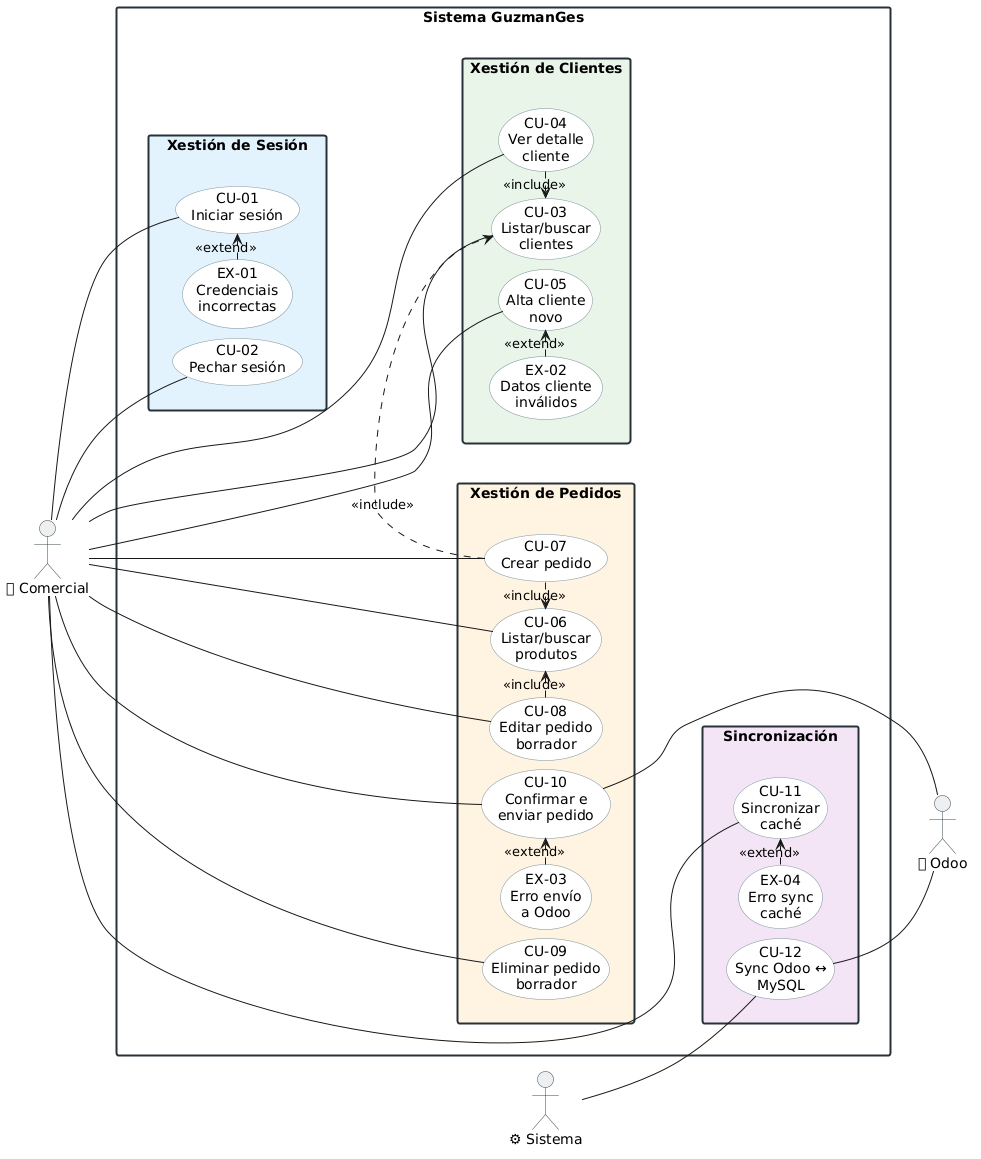
This is doc/Diagrama Casos de Uso.png from Iago-3004/guzmanges-proyecto, a PlantUML export, as it was before one commit. The source it was exported from:
```plantuml
@startuml
left to right direction
skinparam packageStyle rectangle
skinparam nodesep 10
skinparam ranksep 20

skinparam actor {
    BackgroundColor #ECEFF1
    BorderColor #37474F
}
skinparam usecase {
    BackgroundColor #FFFFFF
    BorderColor #78909C
}
skinparam rectangle {
    BorderColor #263238
    BorderThickness 2
}

actor "👤 Comercial" as Comercial
actor "⚙️ Sistema" as Sistema
actor "💼 Odoo" as Odoo

rectangle "Sistema GuzmanGes" {

    package "Xestión de Sesión" as p1 #E3F2FD {
        usecase "CU-01\nIniciar sesión" as CU01
        usecase "CU-02\nPechar sesión" as CU02
        usecase "EX-01\nCredenciais\nincorrectas" as EX01
    }

    package "Xestión de Pedidos" as p3 #FFF3E0 {
        usecase "CU-06\nListar/buscar\nprodutos" as CU06
        usecase "CU-07\nCrear pedido" as CU07
        usecase "CU-08\nEditar pedido\nborrador" as CU08
        usecase "CU-09\nEliminar pedido\nborrador" as CU09
        usecase "CU-10\nConfirmar e\nenviar pedido" as CU10
        usecase "EX-03\nErro envío\na Odoo" as EX03
    }

    package "Xestión de Clientes" as p2 #E8F5E9 {
        usecase "CU-03\nListar/buscar\nclientes" as CU03
        usecase "CU-04\nVer detalle\ncliente" as CU04
        usecase "CU-05\nAlta cliente\nnovo" as CU05
        usecase "EX-02\nDatos cliente\ninválidos" as EX02
    }

    package "Sincronización" as p4 #F3E5F5 {
        usecase "CU-11\nSincronizar\ncaché" as CU11
        usecase "CU-12\nSync Odoo ↔\nMySQL" as CU12
        usecase "EX-04\nErro sync\ncaché" as EX04
    }

    p1 -[hidden]down- p3
    p2 -[hidden]down- p4
    p1 -[hidden]right- p2
}

Comercial -- CU01
Comercial -- CU02
Comercial -- CU03
Comercial -- CU04
Comercial -- CU05
Comercial -- CU06
Comercial -- CU07
Comercial -- CU08
Comercial -- CU09
Comercial -- CU10
Comercial -- CU11

Sistema -- CU12

CU10 -- Odoo
CU12 -- Odoo

CU04 .> CU03 : <<include>>
CU07 .> CU03 : <<include>>
CU07 .> CU06 : <<include>>
CU08 .> CU06 : <<include>>

EX01 .> CU01 : <<extend>>
EX02 .> CU05 : <<extend>>
EX03 .> CU10 : <<extend>>
EX04 .> CU11 : <<extend>>
@enduml
```
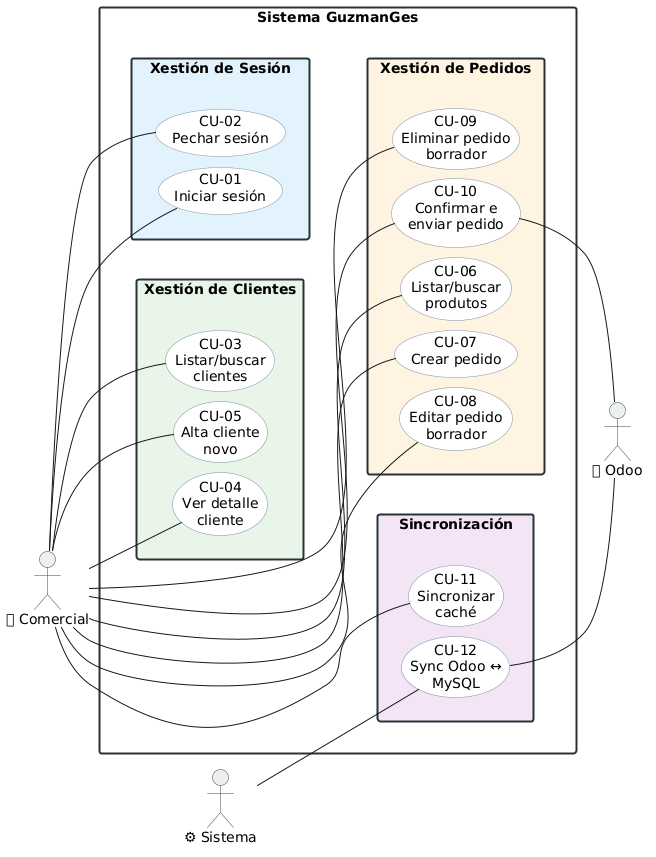
After the commit.

What changed in the source:
```diff
@@ -26,7 +26,6 @@
     package "Xestión de Sesión" as p1 #E3F2FD {
         usecase "CU-01\nIniciar sesión" as CU01
         usecase "CU-02\nPechar sesión" as CU02
-        usecase "EX-01\nCredenciais\nincorrectas" as EX01
     }
 
     package "Xestión de Pedidos" as p3 #FFF3E0 {
@@ -35,20 +34,17 @@
         usecase "CU-08\nEditar pedido\nborrador" as CU08
         usecase "CU-09\nEliminar pedido\nborrador" as CU09
         usecase "CU-10\nConfirmar e\nenviar pedido" as CU10
-        usecase "EX-03\nErro envío\na Odoo" as EX03
     }
 
     package "Xestión de Clientes" as p2 #E8F5E9 {
         usecase "CU-03\nListar/buscar\nclientes" as CU03
         usecase "CU-04\nVer detalle\ncliente" as CU04
         usecase "CU-05\nAlta cliente\nnovo" as CU05
-        usecase "EX-02\nDatos cliente\ninválidos" as EX02
     }
 
     package "Sincronización" as p4 #F3E5F5 {
         usecase "CU-11\nSincronizar\ncaché" as CU11
         usecase "CU-12\nSync Odoo ↔\nMySQL" as CU12
-        usecase "EX-04\nErro sync\ncaché" as EX04
     }
 
     p1 -[hidden]down- p3
@@ -72,14 +68,4 @@
 
 CU10 -- Odoo
 CU12 -- Odoo
-
-CU04 .> CU03 : <<include>>
-CU07 .> CU03 : <<include>>
-CU07 .> CU06 : <<include>>
-CU08 .> CU06 : <<include>>
-
-EX01 .> CU01 : <<extend>>
-EX02 .> CU05 : <<extend>>
-EX03 .> CU10 : <<extend>>
-EX04 .> CU11 : <<extend>>
 @enduml
```
